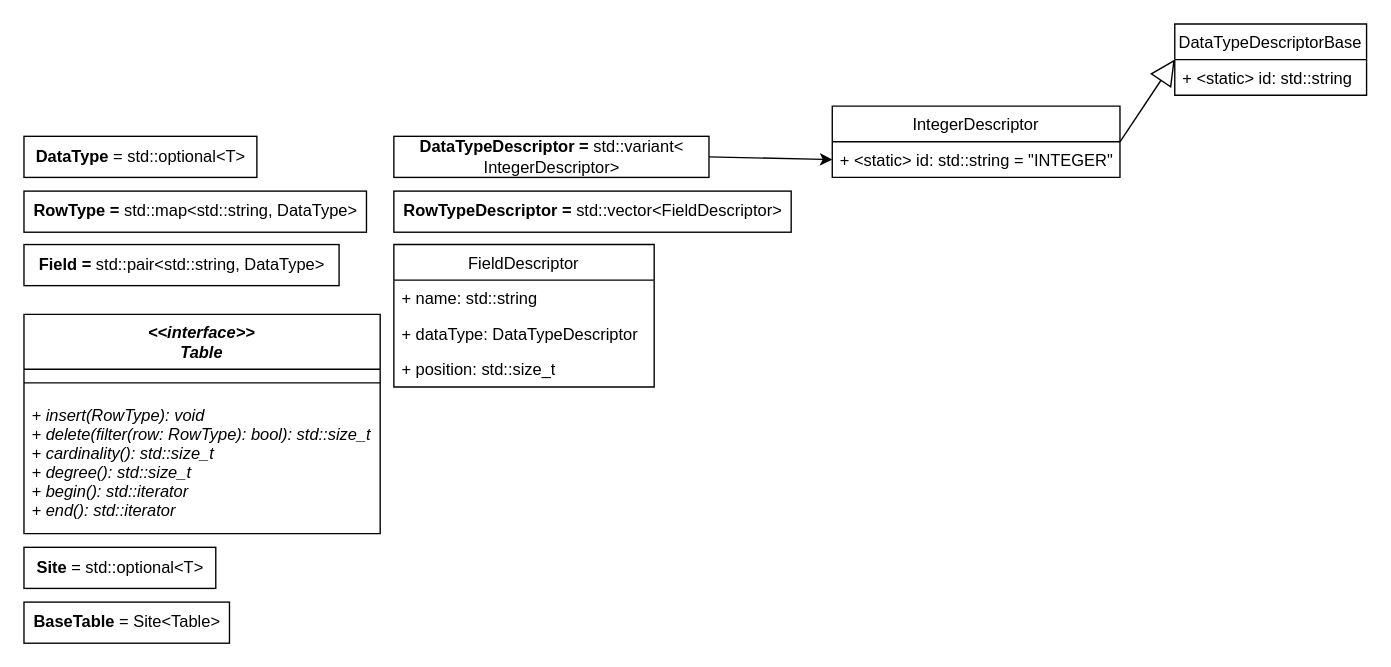
Yao-Chung/WinterSQL keeps this draw.io diagram as page "Class" (2 of 2) of docs/Classes.drawio. Above is the earlier version. Source tidied: cells renumbered, new cells numbered last; positions are measured from the earlier drawing's top-left corner, leaving out a move shared by most shapes. Both pictures are drawn from the tidied source at 137%, with x=0, y=0 at pixel (23, 23).
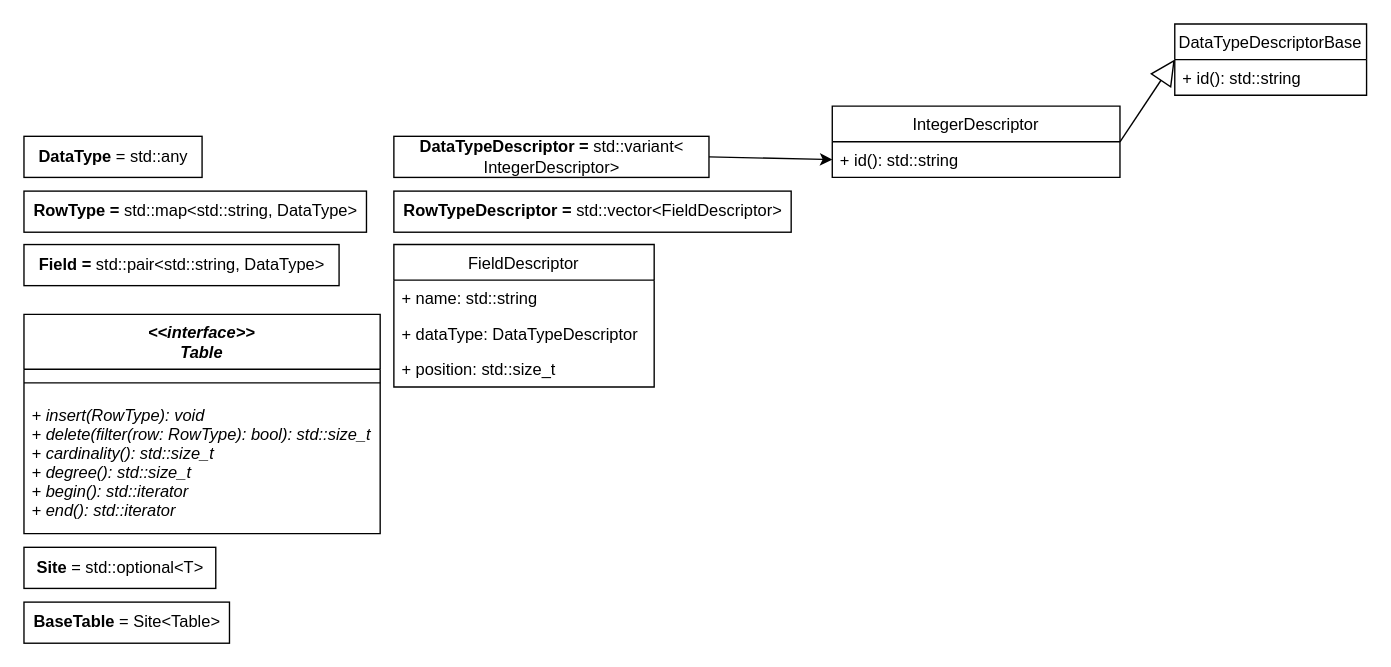
The same page after the edit.

The change refers to these unchanged cells:
```xml
<mxCell id="10" value="DataTypeDescriptorBase" style="swimlane;fontStyle=0;horizontal=1;startSize=26;fillColor=none;" parent="1" vertex="1">
  <mxGeometry x="840" width="140" height="52" as="geometry" />
</mxCell>
<mxCell id="12" value="IntegerDescriptor" style="swimlane;fontStyle=0;horizontal=1;startSize=26;fillColor=none;" parent="1" vertex="1">
  <mxGeometry x="590" y="60" width="210" height="52" as="geometry" />
</mxCell>
```

The edit, as a diff of the source:
```diff
@@
-    <mxCell id="8" value="&lt;span style=&quot;font-weight: 700&quot;&gt;DataType &lt;/span&gt;= std::optional&amp;lt;T&amp;gt;" style="html=1;" parent="1" vertex="1">
-      <mxGeometry y="82" width="170" height="30" as="geometry" />
+    <mxCell id="8" value="&lt;span style=&quot;font-weight: 700&quot;&gt;DataType &lt;/span&gt;= std::any" style="html=1;" parent="1" vertex="1">
+      <mxGeometry y="82" width="130" height="30" as="geometry" />
     </mxCell>
@@
-    <mxCell id="11" value="+ &lt;static&gt; id: std::string" style="text;strokeColor=none;fillColor=none;align=left;verticalAlign=top;spacingLeft=4;spacingRight=4;overflow=hidden;" parent="10" vertex="1">
+    <mxCell id="11" value="+ id(): std::string" style="text;strokeColor=none;fillColor=none;align=left;verticalAlign=top;spacingLeft=4;spacingRight=4;overflow=hidden;" parent="10" vertex="1">
       <mxGeometry y="26" width="140" height="26" as="geometry" />
     </mxCell>
@@
-    <mxCell id="13" value="+ &lt;static&gt; id: std::string = &quot;INTEGER&quot;" style="text;strokeColor=none;fillColor=none;align=left;verticalAlign=top;spacingLeft=4;spacingRight=4;overflow=hidden;points=[[0,0.5],[1,0.5]];portConstraint=eastwest;" parent="12" vertex="1">
+    <mxCell id="13" value="+ id(): std::string" style="text;strokeColor=none;fillColor=none;align=left;verticalAlign=top;spacingLeft=4;spacingRight=4;overflow=hidden;points=[[0,0.5],[1,0.5]];portConstraint=eastwest;" parent="12" vertex="1">
       <mxGeometry y="26" width="210" height="26" as="geometry" />
     </mxCell>
```
